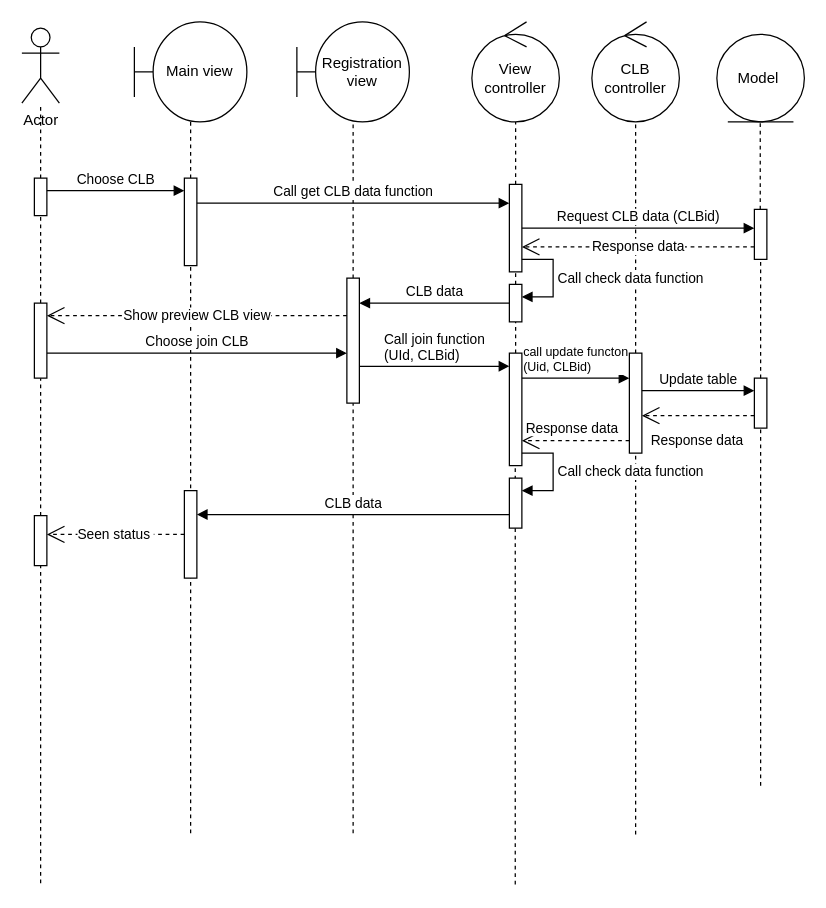
ZanhhTrann/finall_project- keeps this draw.io diagram as page "CLB registration" (7 of 9) of diagram.drawio. Above is the earlier version. Source tidied: cells renumbered, new cells numbered last; positions are measured from the earlier drawing's top-left corner, leaving out a move shared by most shapes. Both pictures are drawn from the tidied source at 125%, with x=0, y=0 at pixel (21, 21).
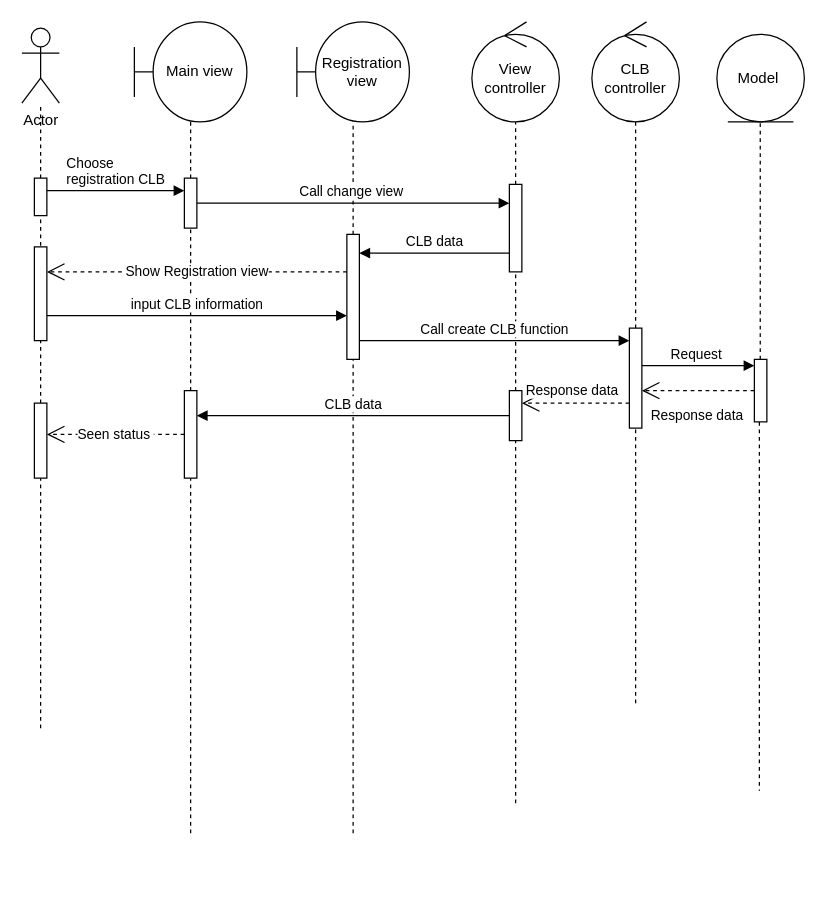
The same page after the edit.

The change refers to these unchanged cells:
```xml
<mxCell id="14" style="html=1;points=[[0,0,0,0,5],[0,1,0,0,-5],[1,0,0,0,5],[1,1,0,0,-5]];perimeter=orthogonalPerimeter;outlineConnect=0;targetShapes=umlLifeline;portConstraint=eastwest;newEdgeStyle={&quot;curved&quot;:0,&quot;rounded&quot;:0};" parent="1" vertex="1">
  <mxGeometry x="390" y="130" width="10" height="70" as="geometry" />
</mxCell>
```

What changed in the source:
```diff
@@
-    <mxCell id="9" style="endArrow=none;dashed=1;html=1;rounded=0;" parent="1" edge="1" source="22">
+    <mxCell id="9" style="endArrow=none;dashed=1;html=1;rounded=0;" parent="1" edge="1">
       <mxGeometry relative="1" as="geometry">
+        <mxPoint x="491" y="545" as="sourcePoint" />
         <mxPoint x="491" y="80" as="targetPoint" />
       </mxGeometry>
     </mxCell>
-    <mxCell id="10" style="endArrow=none;dashed=1;html=1;rounded=0;" parent="1" edge="1" target="17">
+    <mxCell id="10" style="endArrow=none;dashed=1;html=1;rounded=0;" parent="1" edge="1" source="31">
       <mxGeometry relative="1" as="geometry">
-        <mxPoint x="591" y="611.1" as="sourcePoint" />
+        <mxPoint x="590" y="615" as="targetPoint" />
       </mxGeometry>
     </mxCell>
@@
-    <mxCell id="13" style="endArrow=none;dashed=1;html=1;rounded=0;" parent="1" edge="1" source="34" target="14">
+    <mxCell id="13" style="endArrow=none;dashed=1;html=1;rounded=0;" parent="1" edge="1" source="49" target="14">
       <mxGeometry relative="1" as="geometry" />
     </mxCell>
@@
     <mxCell id="16" style="html=1;points=[[0,0,0,0,5],[0,1,0,0,-5],[1,0,0,0,5],[1,1,0,0,-5]];perimeter=orthogonalPerimeter;outlineConnect=0;targetShapes=umlLifeline;portConstraint=eastwest;newEdgeStyle={&quot;curved&quot;:0,&quot;rounded&quot;:0};" parent="1" vertex="1">
-      <mxGeometry x="260" y="205" width="10" height="100" as="geometry" />
+      <mxGeometry x="260" y="170" width="10" height="100" as="geometry" />
     </mxCell>
-    <mxCell id="17" style="html=1;points=[[0,0,0,0,5],[0,1,0,0,-5],[1,0,0,0,5],[1,1,0,0,-5]];perimeter=orthogonalPerimeter;outlineConnect=0;targetShapes=umlLifeline;portConstraint=eastwest;newEdgeStyle={&quot;curved&quot;:0,&quot;rounded&quot;:0};" parent="1" vertex="1">
-      <mxGeometry x="586" y="285" width="10" height="40" as="geometry" />
-    </mxCell>
@@
-    <mxCell id="20" value="&lt;div style=&quot;text-align: left;&quot;&gt;Choose CLB&lt;/div&gt;" style="html=1;verticalAlign=bottom;endArrow=block;curved=0;rounded=0;" parent="1" edge="1">
+    <mxCell id="20" value="&lt;div style=&quot;text-align: left;&quot;&gt;Choose&amp;nbsp;&lt;/div&gt;&lt;div style=&quot;text-align: left;&quot;&gt;registration CLB&lt;/div&gt;" style="html=1;verticalAlign=bottom;endArrow=block;curved=0;rounded=0;" parent="1" edge="1">
       <mxGeometry relative="1" as="geometry">
         <mxPoint x="20" y="135" as="sourcePoint" />
         <mxPoint x="130" y="135" as="targetPoint" />
       </mxGeometry>
     </mxCell>
-    <mxCell id="21" style="endArrow=none;dashed=1;html=1;rounded=0;" parent="1" edge="1" target="22">
-      <mxGeometry relative="1" as="geometry">
-        <mxPoint x="491" y="650" as="sourcePoint" />
-      </mxGeometry>
-    </mxCell>
-    <mxCell id="22" style="html=1;points=[[0,0,0,0,5],[0,1,0,0,-5],[1,0,0,0,5],[1,1,0,0,-5]];perimeter=orthogonalPerimeter;outlineConnect=0;targetShapes=umlLifeline;portConstraint=eastwest;newEdgeStyle={&quot;curved&quot;:0,&quot;rounded&quot;:0};" parent="1" vertex="1">
-      <mxGeometry x="486" y="265" width="10" height="80" as="geometry" />
-    </mxCell>
-    <mxCell id="23" value="&lt;div style=&quot;text-align: left;&quot;&gt;Request CLB data (CLBid)&lt;/div&gt;" style="html=1;verticalAlign=bottom;endArrow=block;curved=0;rounded=0;" parent="1" edge="1" source="14" target="31">
-      <mxGeometry relative="1" as="geometry" />
-    </mxCell>
-    <mxCell id="24" value="Response data" style="endArrow=open;endSize=12;dashed=1;html=1;rounded=0;" parent="1" edge="1" target="14">
-      <mxGeometry relative="1" as="geometry">
-        <mxPoint x="586" y="180" as="sourcePoint" />
-      </mxGeometry>
-    </mxCell>
@@
-    <mxCell id="27" style="endArrow=none;dashed=1;html=1;rounded=0;" parent="1" edge="1" target="28">
-      <mxGeometry relative="1" as="geometry">
-        <mxPoint x="135" y="649" as="sourcePoint" />
-      </mxGeometry>
+    <mxCell id="27" style="endArrow=none;dashed=1;html=1;rounded=0;" parent="1" edge="1" source="51" target="28">
+      <mxGeometry relative="1" as="geometry" />
     </mxCell>
     <mxCell id="28" style="html=1;points=[[0,0,0,0,5],[0,1,0,0,-5],[1,0,0,0,5],[1,1,0,0,-5]];perimeter=orthogonalPerimeter;outlineConnect=0;targetShapes=umlLifeline;portConstraint=eastwest;newEdgeStyle={&quot;curved&quot;:0,&quot;rounded&quot;:0};" parent="1" vertex="1">
-      <mxGeometry x="130" y="125" width="10" height="70" as="geometry" />
+      <mxGeometry x="130" y="125" width="10" height="40" as="geometry" />
     </mxCell>
-    <mxCell id="29" value="&lt;div style=&quot;text-align: left;&quot;&gt;Call get CLB data function&lt;/div&gt;" style="html=1;verticalAlign=bottom;endArrow=block;curved=0;rounded=0;" parent="1" edge="1" target="14">
+    <mxCell id="29" value="&lt;div style=&quot;text-align: left;&quot;&gt;Call change view&amp;nbsp;&lt;/div&gt;" style="html=1;verticalAlign=bottom;endArrow=block;curved=0;rounded=0;" parent="1" edge="1" target="14">
       <mxGeometry relative="1" as="geometry">
         <mxPoint x="140" y="145" as="sourcePoint" />
       </mxGeometry>
     </mxCell>
-    <mxCell id="30" style="endArrow=none;dashed=1;html=1;rounded=0;" parent="1" edge="1" source="17" target="31">
-      <mxGeometry relative="1" as="geometry" />
-    </mxCell>
-    <mxCell id="31" style="html=1;points=[[0,0,0,0,5],[0,1,0,0,-5],[1,0,0,0,5],[1,1,0,0,-5]];perimeter=orthogonalPerimeter;outlineConnect=0;targetShapes=umlLifeline;portConstraint=eastwest;newEdgeStyle={&quot;curved&quot;:0,&quot;rounded&quot;:0};" parent="1" vertex="1">
-      <mxGeometry x="586" y="150" width="10" height="40" as="geometry" />
-    </mxCell>
-    <mxCell id="32" value="Call check data function" style="html=1;align=left;spacingLeft=2;endArrow=block;rounded=0;edgeStyle=orthogonalEdgeStyle;curved=0;rounded=0;" parent="1" edge="1">
-      <mxGeometry relative="1" as="geometry">
-        <mxPoint x="400" y="190" as="sourcePoint" />
-        <mxPoint x="400" y="220" as="targetPoint" />
-        <Array as="points">
-          <mxPoint x="425" y="190" />
-          <mxPoint x="425" y="220" />
-        </Array>
-      </mxGeometry>
-    </mxCell>
-    <mxCell id="33" style="endArrow=none;dashed=1;html=1;rounded=0;" parent="1" edge="1" source="41" target="34">
-      <mxGeometry relative="1" as="geometry" />
-    </mxCell>
-    <mxCell id="34" style="html=1;points=[[0,0,0,0,5],[0,1,0,0,-5],[1,0,0,0,5],[1,1,0,0,-5]];perimeter=orthogonalPerimeter;outlineConnect=0;targetShapes=umlLifeline;portConstraint=eastwest;newEdgeStyle={&quot;curved&quot;:0,&quot;rounded&quot;:0};" parent="1" vertex="1">
-      <mxGeometry x="390" y="210" width="10" height="30" as="geometry" />
-    </mxCell>
-    <mxCell id="35" value="&lt;div style=&quot;text-align: left;&quot;&gt;CLB data&lt;/div&gt;" style="html=1;verticalAlign=bottom;endArrow=block;curved=0;rounded=0;" parent="1" edge="1" source="34" target="16">
-      <mxGeometry relative="1" as="geometry">
-        <Array as="points">
-          <mxPoint x="310" y="225" />
-        </Array>
-      </mxGeometry>
-    </mxCell>
-    <mxCell id="36" value="Show preview CLB view" style="endArrow=open;endSize=12;dashed=1;html=1;rounded=0;" parent="1" edge="1">
-      <mxGeometry relative="1" as="geometry">
-        <mxPoint x="260" y="235" as="sourcePoint" />
-        <mxPoint x="20" y="235" as="targetPoint" />
-      </mxGeometry>
-    </mxCell>
-    <mxCell id="37" value="&lt;div style=&quot;text-align: left;&quot;&gt;Choose join CLB&lt;/div&gt;" style="html=1;verticalAlign=bottom;endArrow=block;curved=0;rounded=0;" parent="1" edge="1">
+    <mxCell id="37" value="&lt;div style=&quot;text-align: left;&quot;&gt;input CLB information&lt;/div&gt;" style="html=1;verticalAlign=bottom;endArrow=block;curved=0;rounded=0;" parent="1" edge="1">
       <mxGeometry relative="1" as="geometry">
-        <mxPoint x="20" y="265" as="sourcePoint" />
-        <mxPoint x="260" y="265" as="targetPoint" />
+        <mxPoint x="20" y="235" as="sourcePoint" />
+        <mxPoint x="260" y="235" as="targetPoint" />
       </mxGeometry>
     </mxCell>
-    <mxCell id="38" style="endArrow=none;dashed=1;html=1;rounded=0;" parent="1" edge="1" source="53" target="39">
-      <mxGeometry relative="1" as="geometry" />
+    <mxCell id="38" style="endArrow=none;dashed=1;html=1;rounded=0;" parent="1" edge="1" target="39">
+      <mxGeometry relative="1" as="geometry">
+        <mxPoint x="15" y="565" as="sourcePoint" />
+      </mxGeometry>
     </mxCell>
     <mxCell id="39" style="html=1;points=[[0,0,0,0,5],[0,1,0,0,-5],[1,0,0,0,5],[1,1,0,0,-5]];perimeter=orthogonalPerimeter;outlineConnect=0;targetShapes=umlLifeline;portConstraint=eastwest;newEdgeStyle={&quot;curved&quot;:0,&quot;rounded&quot;:0};" parent="1" vertex="1">
-      <mxGeometry x="10" y="225" width="10" height="60" as="geometry" />
+      <mxGeometry x="10" y="305" width="10" height="60" as="geometry" />
     </mxCell>
-    <mxCell id="40" style="endArrow=none;dashed=1;html=1;rounded=0;" parent="1" edge="1" target="41">
-      <mxGeometry relative="1" as="geometry">
-        <mxPoint x="394.7" y="690" as="sourcePoint" />
-      </mxGeometry>
-    </mxCell>
-    <mxCell id="41" style="html=1;points=[[0,0,0,0,5],[0,1,0,0,-5],[1,0,0,0,5],[1,1,0,0,-5]];perimeter=orthogonalPerimeter;outlineConnect=0;targetShapes=umlLifeline;portConstraint=eastwest;newEdgeStyle={&quot;curved&quot;:0,&quot;rounded&quot;:0};" parent="1" vertex="1">
-      <mxGeometry x="390" y="265" width="10" height="90" as="geometry" />
-    </mxCell>
-    <mxCell id="42" value="&lt;div style=&quot;text-align: left;&quot;&gt;Call join function&lt;/div&gt;&lt;div style=&quot;text-align: left;&quot;&gt;(UId, CLBid)&lt;/div&gt;" style="html=1;verticalAlign=bottom;endArrow=block;curved=0;rounded=0;" parent="1" edge="1" source="16" target="41">
-      <mxGeometry relative="1" as="geometry">
-        <Array as="points">
-          <mxPoint x="270" y="275.5" />
-        </Array>
-      </mxGeometry>
-    </mxCell>
-    <mxCell id="43" value="&lt;div style=&quot;text-align: left; font-size: 10px;&quot;&gt;&lt;font style=&quot;font-size: 10px;&quot;&gt;call update functon&lt;/font&gt;&lt;/div&gt;&lt;div style=&quot;text-align: left; font-size: 10px;&quot;&gt;&lt;font style=&quot;font-size: 10px;&quot;&gt;(Uid, CLBid)&lt;/font&gt;&lt;/div&gt;" style="html=1;verticalAlign=bottom;endArrow=block;curved=0;rounded=0;" parent="1" edge="1">
-      <mxGeometry relative="1" as="geometry">
-        <mxPoint x="400" y="285" as="sourcePoint" />
-        <mxPoint x="486" y="285" as="targetPoint" />
-      </mxGeometry>
-    </mxCell>
-    <mxCell id="44" value="&lt;div style=&quot;text-align: left;&quot;&gt;Update table&lt;/div&gt;" style="html=1;verticalAlign=bottom;endArrow=block;curved=0;rounded=0;" parent="1" edge="1" source="22" target="17">
-      <mxGeometry relative="1" as="geometry">
-        <Array as="points">
-          <mxPoint x="540" y="295" />
-        </Array>
-      </mxGeometry>
-    </mxCell>
     <mxCell id="45" value="Response data" style="endArrow=open;endSize=12;dashed=1;html=1;rounded=0;" parent="1" edge="1">
       <mxGeometry x="0.02" y="20" relative="1" as="geometry">
-        <mxPoint x="586" y="315" as="sourcePoint" />
-        <mxPoint x="496" y="315" as="targetPoint" />
+        <mxPoint x="586" y="295" as="sourcePoint" />
+        <mxPoint x="496" y="295" as="targetPoint" />
       </mxGeometry>
     </mxCell>
-    <mxCell id="46" value="Response data" style="endArrow=open;endSize=12;dashed=1;html=1;rounded=0;" parent="1" edge="1" target="41">
-      <mxGeometry x="0.07" y="-10" relative="1" as="geometry">
-        <mxPoint x="486" y="335" as="sourcePoint" />
-      </mxGeometry>
-    </mxCell>
-    <mxCell id="47" value="&lt;div style=&quot;text-align: left;&quot;&gt;CLB data&lt;/div&gt;" style="html=1;verticalAlign=bottom;endArrow=block;curved=0;rounded=0;" parent="1" edge="1">
-      <mxGeometry relative="1" as="geometry">
-        <mxPoint x="390" y="394.1" as="sourcePoint" />
-        <mxPoint x="140" y="394.1" as="targetPoint" />
-      </mxGeometry>
+    <mxCell id="47" value="&lt;div style=&quot;text-align: left;&quot;&gt;CLB data&lt;/div&gt;" style="html=1;verticalAlign=bottom;endArrow=block;curved=0;rounded=0;" parent="1" edge="1" source="49" target="51">
+      <mxGeometry relative="1" as="geometry" />
     </mxCell>
-    <mxCell id="48" value="Call check data function" style="html=1;align=left;spacingLeft=2;endArrow=block;rounded=0;edgeStyle=orthogonalEdgeStyle;curved=0;rounded=0;" parent="1" edge="1">
-      <mxGeometry relative="1" as="geometry">
-        <mxPoint x="400" y="345" as="sourcePoint" />
-        <mxPoint x="400" y="375" as="targetPoint" />
-        <Array as="points">
-          <mxPoint x="425" y="345" />
-          <mxPoint x="425" y="375" />
-        </Array>
-      </mxGeometry>
-    </mxCell>
+    <mxCell id="50" value="Seen status&amp;nbsp;" style="endArrow=open;endSize=12;dashed=1;html=1;rounded=0;" parent="1" edge="1" source="51" target="39">
+      <mxGeometry relative="1" as="geometry" />
+    </mxCell>
+    <mxCell id="35" value="&lt;div style=&quot;text-align: left;&quot;&gt;CLB data&lt;/div&gt;" style="html=1;verticalAlign=bottom;endArrow=block;curved=0;rounded=0;" parent="1" edge="1" source="14" target="16">
+      <mxGeometry relative="1" as="geometry">
+        <Array as="points">
+          <mxPoint x="310" y="185" />
+        </Array>
+      </mxGeometry>
+    </mxCell>
+    <mxCell id="54" style="html=1;perimeter=orthogonalPerimeter;targetShapes=umlLifeline;newEdgeStyle={&quot;curved&quot;:0,&quot;rounded&quot;:0};" parent="1" vertex="1">
+      <mxGeometry x="10" y="180" width="10" height="75" as="geometry" />
+    </mxCell>
+    <mxCell id="55" value="Show Registration view" style="endArrow=open;endSize=12;dashed=1;html=1;rounded=0;" parent="1" edge="1">
+      <mxGeometry relative="1" as="geometry">
+        <mxPoint x="260" y="200" as="sourcePoint" />
+        <mxPoint x="20" y="200" as="targetPoint" />
+      </mxGeometry>
+    </mxCell>
+    <mxCell id="56" style="html=1;perimeter=orthogonalPerimeter;targetShapes=umlLifeline;newEdgeStyle={&quot;curved&quot;:0,&quot;rounded&quot;:0};" parent="1" vertex="1">
+      <mxGeometry x="486" y="245" width="10" height="80" as="geometry" />
+    </mxCell>
+    <mxCell id="57" value="&lt;div style=&quot;text-align: left;&quot;&gt;Call create CLB function&lt;/div&gt;" style="html=1;verticalAlign=bottom;endArrow=block;curved=0;rounded=0;" parent="1" edge="1" source="16">
+      <mxGeometry relative="1" as="geometry">
+        <mxPoint x="486" y="255" as="targetPoint" />
+      </mxGeometry>
+    </mxCell>
+    <mxCell id="31" style="html=1;points=[[0,0,0,0,5],[0,1,0,0,-5],[1,0,0,0,5],[1,1,0,0,-5]];perimeter=orthogonalPerimeter;outlineConnect=0;targetShapes=umlLifeline;portConstraint=eastwest;newEdgeStyle={&quot;curved&quot;:0,&quot;rounded&quot;:0};" parent="1" vertex="1">
+      <mxGeometry x="586" y="270" width="10" height="50" as="geometry" />
+    </mxCell>
+    <mxCell id="58" value="&lt;div style=&quot;text-align: left;&quot;&gt;Request&amp;nbsp;&lt;/div&gt;" style="html=1;verticalAlign=bottom;endArrow=block;curved=0;rounded=0;" parent="1" edge="1">
+      <mxGeometry relative="1" as="geometry">
+        <mxPoint x="496" y="275" as="sourcePoint" />
+        <mxPoint x="586" y="275" as="targetPoint" />
+      </mxGeometry>
+    </mxCell>
+    <mxCell id="59" value="Response data" style="endArrow=open;endSize=12;dashed=1;html=1;rounded=0;" parent="1" edge="1">
+      <mxGeometry x="0.07" y="-10" relative="1" as="geometry">
+        <mxPoint x="486" y="305" as="sourcePoint" />
+        <mxPoint x="400" y="305" as="targetPoint" />
+      </mxGeometry>
+    </mxCell>
+    <mxCell id="60" style="endArrow=none;dashed=1;html=1;rounded=0;" parent="1" edge="1" target="49">
+      <mxGeometry relative="1" as="geometry">
+        <mxPoint x="395" y="625" as="sourcePoint" />
+      </mxGeometry>
+    </mxCell>
     <mxCell id="49" style="html=1;points=[[0,0,0,0,5],[0,1,0,0,-5],[1,0,0,0,5],[1,1,0,0,-5]];perimeter=orthogonalPerimeter;outlineConnect=0;targetShapes=umlLifeline;portConstraint=eastwest;newEdgeStyle={&quot;curved&quot;:0,&quot;rounded&quot;:0};" parent="1" vertex="1">
-      <mxGeometry x="390" y="365" width="10" height="40" as="geometry" />
+      <mxGeometry x="390" y="295" width="10" height="40" as="geometry" />
     </mxCell>
-    <mxCell id="50" value="Seen status&amp;nbsp;" style="endArrow=open;endSize=12;dashed=1;html=1;rounded=0;" parent="1" edge="1" source="51" target="53">
-      <mxGeometry relative="1" as="geometry" />
-    </mxCell>
+    <mxCell id="61" style="endArrow=none;dashed=1;html=1;rounded=0;" parent="1" edge="1" target="51">
+      <mxGeometry relative="1" as="geometry">
+        <mxPoint x="135" y="649" as="sourcePoint" />
+      </mxGeometry>
+    </mxCell>
     <mxCell id="51" style="html=1;points=[[0,0,0,0,5],[0,1,0,0,-5],[1,0,0,0,5],[1,1,0,0,-5]];perimeter=orthogonalPerimeter;outlineConnect=0;targetShapes=umlLifeline;portConstraint=eastwest;newEdgeStyle={&quot;curved&quot;:0,&quot;rounded&quot;:0};" parent="1" vertex="1">
-      <mxGeometry x="130" y="375" width="10" height="70" as="geometry" />
+      <mxGeometry x="130" y="295" width="10" height="70" as="geometry" />
     </mxCell>
-    <mxCell id="52" style="endArrow=none;dashed=1;html=1;rounded=0;" parent="1" edge="1" target="53">
-      <mxGeometry relative="1" as="geometry">
-        <mxPoint x="15" y="689" as="sourcePoint" />
-      </mxGeometry>
-    </mxCell>
-    <mxCell id="53" style="html=1;points=[[0,0,0,0,5],[0,1,0,0,-5],[1,0,0,0,5],[1,1,0,0,-5]];perimeter=orthogonalPerimeter;outlineConnect=0;targetShapes=umlLifeline;portConstraint=eastwest;newEdgeStyle={&quot;curved&quot;:0,&quot;rounded&quot;:0};" parent="1" vertex="1">
-      <mxGeometry x="10" y="395" width="10" height="40" as="geometry" />
-    </mxCell>
```
